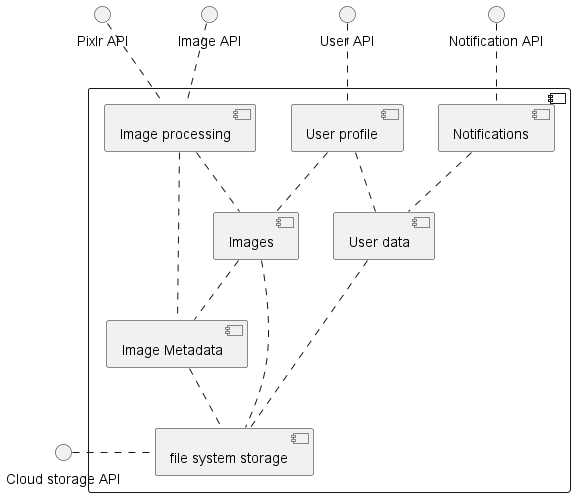
Before: arc42/images/05_level1.png, a diagram exported from PlantUML (CMarquetand/swarc-material).
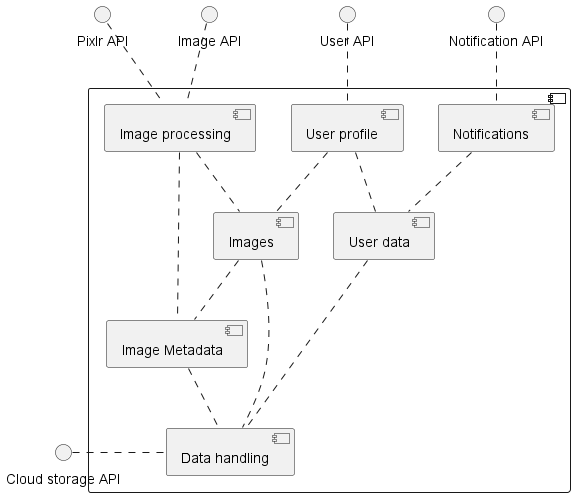
Later version of the same file.

The edit, as a diff of the source:
```diff
@@ -13,7 +13,7 @@
 
     [Image Metadata]
 
-    [file system storage]
+    [Data handling]
 }
 
 interface "Image API" as I
@@ -27,15 +27,15 @@
 [Notifications] .up. N
 [Image processing] .up. I
 [Image processing] .up. P
-[file system storage] .left. C
+[Data handling] .left. C
 
 [User data] .up. [User profile]
 [Image Metadata] .up. [Image processing]
 [Images] .up. [Image processing]
 [Notifications] .. [User data]
-[User data] .down. [file system storage]
-[Images] .down. [file system storage]
-[Image Metadata] .down. [file system storage]
+[User data] .down. [Data handling]
+[Images] .down. [Data handling]
+[Image Metadata] .down. [Data handling]
 [User profile] .. [Images]
 [Images] .. [Image Metadata]
 
```
